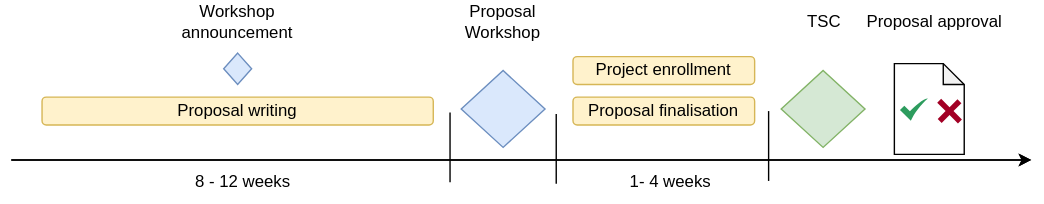
Above: content/modules/compendium/assets/images/asam/proposal_phase_timeline.drawio.svg in asam-ev/asam-project-guide-content (draw.io), before the change. Source tidied: cells renumbered, new cells last; positions are measured from the earlier drawing's top-left corner, leaving out a move shared by most shapes.
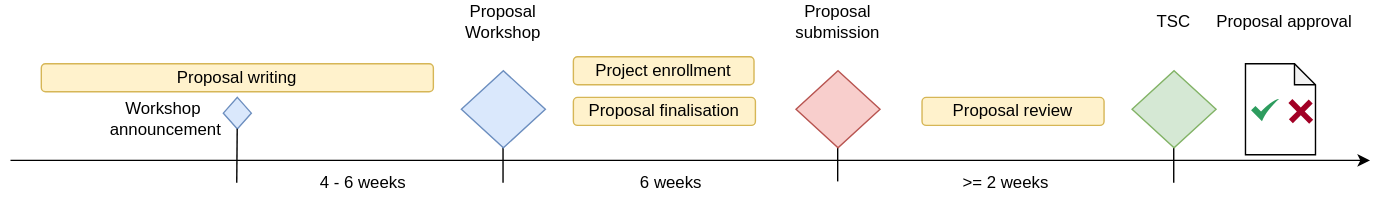
The same file after the commit.

Commit message:
Updated proposal timeline and proposal phase diagram

Diff of the diagram source:
```diff
@@ -2,34 +2,25 @@
   <root>
     <mxCell id="0" />
     <mxCell id="1" parent="0" />
-    <mxCell id="2" style="endArrow=classic;html=1;" parent="1" edge="1">
-      <mxGeometry relative="1" as="geometry">
-        <mxPoint y="114" as="sourcePoint" />
-        <mxPoint x="730" y="114" as="targetPoint" />
-      </mxGeometry>
-    </mxCell>
     <mxCell id="3" value="Proposal writing" style="rounded=1;whiteSpace=wrap;html=1;fillColor=#fff2cc;strokeColor=#d6b656;fontColor=#000000;" parent="1" vertex="1">
-      <mxGeometry x="22" y="69" width="280" height="20" as="geometry" />
+      <mxGeometry x="22" y="45" width="280" height="20" as="geometry" />
     </mxCell>
     <mxCell id="4" style="endArrow=none;html=1;strokeColor=#000000;" parent="1" edge="1">
       <mxGeometry relative="1" as="geometry">
-        <mxPoint x="314" y="130" as="sourcePoint" />
-        <mxPoint x="314" y="80" as="targetPoint" />
+        <mxPoint x="351.8" y="130" as="sourcePoint" />
+        <mxPoint x="351.8" y="80" as="targetPoint" />
       </mxGeometry>
     </mxCell>
-    <mxCell id="5" value="8 - 12 weeks" style="text;html=1;strokeColor=none;fillColor=none;align=center;verticalAlign=middle;whiteSpace=wrap;rounded=0;fontColor=#000000;" parent="1" vertex="1">
-      <mxGeometry x="116" y="115" width="100" height="30" as="geometry" />
-    </mxCell>
     <mxCell id="6" value="Proposal finalisation" style="rounded=1;whiteSpace=wrap;html=1;fillColor=#fff2cc;strokeColor=#d6b656;fontColor=#000000;" parent="1" vertex="1">
       <mxGeometry x="402" y="69" width="130" height="20" as="geometry" />
     </mxCell>
-    <mxCell id="7" value="1- 4 weeks" style="text;html=1;strokeColor=none;fillColor=none;align=center;verticalAlign=middle;whiteSpace=wrap;rounded=0;fontColor=#000000;" parent="1" vertex="1">
+    <mxCell id="7" value="6 weeks" style="text;html=1;strokeColor=none;fillColor=none;align=center;verticalAlign=middle;whiteSpace=wrap;rounded=0;fontColor=#000000;" parent="1" vertex="1">
       <mxGeometry x="422" y="115" width="100" height="30" as="geometry" />
     </mxCell>
     <mxCell id="8" style="endArrow=none;html=1;strokeColor=#000000;" parent="1" edge="1">
       <mxGeometry relative="1" as="geometry">
-        <mxPoint x="542" y="129" as="sourcePoint" />
-        <mxPoint x="542" y="79" as="targetPoint" />
+        <mxPoint x="590.8" y="129" as="sourcePoint" />
+        <mxPoint x="590.8" y="79" as="targetPoint" />
       </mxGeometry>
     </mxCell>
     <mxCell id="9" style="rhombus;whiteSpace=wrap;html=1;fillColor=#dae8fc;strokeColor=#6c8ebf;" parent="1" vertex="1">
@@ -38,47 +29,75 @@
     <mxCell id="10" value="Proposal Workshop" style="text;html=1;strokeColor=none;fillColor=none;align=center;verticalAlign=middle;whiteSpace=wrap;rounded=0;fontColor=#000000;" parent="1" vertex="1">
       <mxGeometry x="302" width="100" height="30" as="geometry" />
     </mxCell>
-    <mxCell id="11" style="rhombus;whiteSpace=wrap;html=1;fillColor=#d5e8d4;strokeColor=#82b366;" parent="1" vertex="1">
-      <mxGeometry x="551" y="50" width="60" height="55" as="geometry" />
-    </mxCell>
     <mxCell id="12" value="TSC" style="text;html=1;strokeColor=none;fillColor=none;align=center;verticalAlign=middle;whiteSpace=wrap;rounded=0;fontColor=#000000;" parent="1" vertex="1">
-      <mxGeometry x="532" width="100" height="30" as="geometry" />
+      <mxGeometry x="781" width="100" height="30" as="geometry" />
     </mxCell>
-    <mxCell id="13" style="endArrow=none;html=1;strokeColor=#000000;" parent="1" edge="1">
-      <mxGeometry relative="1" as="geometry">
-        <mxPoint x="390" y="131" as="sourcePoint" />
-        <mxPoint x="390" y="81" as="targetPoint" />
-      </mxGeometry>
-    </mxCell>
-    <mxCell id="14" style="endArrow=classic;html=1;strokeColor=#000000;" parent="1" edge="1">
-      <mxGeometry relative="1" as="geometry">
-        <mxPoint y="114" as="sourcePoint" />
-        <mxPoint x="730" y="114" as="targetPoint" />
-      </mxGeometry>
-    </mxCell>
+    <mxCell id="16" value="Project enrollment" style="rounded=1;whiteSpace=wrap;html=1;fillColor=#fff2cc;strokeColor=#d6b656;fontColor=#000000;" parent="1" vertex="1">
+      <mxGeometry x="402" y="40" width="129" height="20" as="geometry" />
+    </mxCell>
+    <mxCell id="21" value="Workshop&amp;nbsp;&lt;br&gt;announcement" style="text;html=1;strokeColor=none;fillColor=none;align=center;verticalAlign=middle;whiteSpace=wrap;rounded=0;fontColor=#000000;" parent="1" vertex="1">
+      <mxGeometry x="61" y="69" width="100" height="30" as="geometry" />
+    </mxCell>
+    <mxCell id="22" value="Proposal approval" style="text;html=1;strokeColor=none;fillColor=none;align=center;verticalAlign=middle;whiteSpace=wrap;rounded=0;fontColor=#000000;" parent="1" vertex="1">
+      <mxGeometry x="860" width="100" height="30" as="geometry" />
+    </mxCell>
+    <mxCell id="23" style="group;" parent="1" vertex="1">
+      <mxGeometry x="882" y="45" width="54" height="65" as="geometry" />
+    </mxCell>
-    <mxCell id="15" style="shape=note;whiteSpace=wrap;html=1;backgroundOutline=1;darkOpacity=0.05;fontColor=#000000;size=15;strokeColor=#000000;" parent="1" vertex="1">
-      <mxGeometry x="632" y="45" width="50" height="65" as="geometry" />
+    <mxCell id="15" style="shape=note;whiteSpace=wrap;html=1;backgroundOutline=1;darkOpacity=0.05;fontColor=#000000;size=15;strokeColor=#000000;" parent="23" vertex="1">
+      <mxGeometry width="50" height="65" as="geometry" />
     </mxCell>
-    <mxCell id="16" value="Project enrollment" style="rounded=1;whiteSpace=wrap;html=1;fillColor=#fff2cc;strokeColor=#d6b656;fontColor=#000000;" parent="1" vertex="1">
-      <mxGeometry x="402" y="40" width="130" height="20" as="geometry" />
-    </mxCell>
-    <mxCell id="17" style="sketch=0;html=1;strokeColor=none;shadow=0;align=center;verticalAlign=top;fillColor=#2D9C5E;shape=mxgraph.gcp2.check;fontColor=#000000;" parent="1" vertex="1">
-      <mxGeometry x="636" y="70" width="20" height="16" as="geometry" />
+    <mxCell id="17" style="sketch=0;html=1;strokeColor=none;shadow=0;align=center;verticalAlign=top;fillColor=#2D9C5E;shape=mxgraph.gcp2.check;fontColor=#000000;" parent="23" vertex="1">
+      <mxGeometry x="4" y="25" width="20" height="16" as="geometry" />
     </mxCell>
-    <mxCell id="18" style="shape=cross;whiteSpace=wrap;html=1;fontColor=#ffffff;rotation=45;fillColor=#a20025;strokeColor=none;" parent="1" vertex="1">
-      <mxGeometry x="661" y="69" width="21" height="20" as="geometry" />
+    <mxCell id="18" style="shape=cross;whiteSpace=wrap;html=1;fontColor=#ffffff;rotation=45;fillColor=#a20025;strokeColor=none;" parent="23" vertex="1">
+      <mxGeometry x="29" y="24" width="21" height="20" as="geometry" />
     </mxCell>
-    <mxCell id="19" style="edgeStyle=none;html=1;exitX=0;exitY=0;exitDx=12.5;exitDy=20;exitPerimeter=0;entryX=0.574;entryY=1.034;entryDx=0;entryDy=0;entryPerimeter=0;fontColor=#000000;strokeColor=#000000;" parent="1" edge="1" source="18" target="18">
+    <mxCell id="19" style="edgeStyle=none;html=1;exitX=0;exitY=0;exitDx=12.5;exitDy=20;exitPerimeter=0;entryX=0.574;entryY=1.034;entryDx=0;entryDy=0;entryPerimeter=0;fontColor=#000000;strokeColor=#000000;" parent="23" edge="1" source="18" target="18">
       <mxGeometry relative="1" as="geometry" />
     </mxCell>
+    <mxCell id="24" style="endArrow=classic;html=1;strokeColor=#000000;" parent="1" edge="1">
+      <mxGeometry relative="1" as="geometry">
+        <mxPoint y="114" as="sourcePoint" />
+        <mxPoint x="971" y="114" as="targetPoint" />
+      </mxGeometry>
+    </mxCell>
+    <mxCell id="25" style="endArrow=none;html=1;strokeColor=#000000;" parent="1" edge="1">
+      <mxGeometry relative="1" as="geometry">
+        <mxPoint x="830.8" y="130" as="sourcePoint" />
+        <mxPoint x="830.8" y="80" as="targetPoint" />
+      </mxGeometry>
+    </mxCell>
+    <mxCell id="26" value="Proposal review" style="rounded=1;whiteSpace=wrap;html=1;fillColor=#fff2cc;strokeColor=#d6b656;fontColor=#000000;" parent="1" vertex="1">
+      <mxGeometry x="651" y="69" width="130" height="20" as="geometry" />
+    </mxCell>
+    <mxCell id="27" style="rhombus;whiteSpace=wrap;html=1;fillColor=#f8cecc;strokeColor=#b85450;" parent="1" vertex="1">
+      <mxGeometry x="561" y="50" width="60" height="55" as="geometry" />
+    </mxCell>
+    <mxCell id="28" value="Proposal submission" style="text;html=1;strokeColor=none;fillColor=none;align=center;verticalAlign=middle;whiteSpace=wrap;rounded=0;fontColor=#000000;" parent="1" vertex="1">
+      <mxGeometry x="541" width="100" height="30" as="geometry" />
+    </mxCell>
+    <mxCell id="29" value="&amp;gt;= 2 weeks" style="text;html=1;strokeColor=none;fillColor=none;align=center;verticalAlign=middle;whiteSpace=wrap;rounded=0;fontColor=#000000;" parent="1" vertex="1">
+      <mxGeometry x="661" y="115" width="100" height="30" as="geometry" />
+    </mxCell>
+    <mxCell id="30" value="4 - 6 weeks" style="text;html=1;strokeColor=none;fillColor=none;align=center;verticalAlign=middle;whiteSpace=wrap;rounded=0;fontColor=#000000;" parent="1" vertex="1">
+      <mxGeometry x="202" y="115" width="100" height="30" as="geometry" />
+    </mxCell>
+    <mxCell id="31" style="endArrow=none;html=1;strokeColor=#000000;startArrow=none;" parent="1" edge="1" source="20">
+      <mxGeometry relative="1" as="geometry">
+        <mxPoint x="161.6" y="80" as="targetPoint" />
+      </mxGeometry>
+    </mxCell>
     <mxCell id="20" style="rhombus;whiteSpace=wrap;html=1;fillColor=#dae8fc;strokeColor=#6c8ebf;" parent="1" vertex="1">
-      <mxGeometry x="152" y="37.5" width="20" height="22.5" as="geometry" />
+      <mxGeometry x="152" y="69" width="20" height="22.5" as="geometry" />
     </mxCell>
-    <mxCell id="21" value="Workshop&amp;nbsp;&lt;br&gt;announcement" style="text;html=1;strokeColor=none;fillColor=none;align=center;verticalAlign=middle;whiteSpace=wrap;rounded=0;fontColor=#000000;" parent="1" vertex="1">
-      <mxGeometry x="112" width="100" height="30" as="geometry" />
-    </mxCell>
-    <mxCell id="22" value="Proposal approval" style="text;html=1;strokeColor=none;fillColor=none;align=center;verticalAlign=middle;whiteSpace=wrap;rounded=0;fontColor=#000000;" parent="1" vertex="1">
-      <mxGeometry x="611" width="100" height="30" as="geometry" />
-    </mxCell>
+    <mxCell id="32" style="endArrow=none;html=1;strokeColor=#000000;" parent="1" edge="1" target="20">
+      <mxGeometry relative="1" as="geometry">
+        <mxPoint x="161.6" y="130" as="sourcePoint" />
+      </mxGeometry>
+    </mxCell>
+    <mxCell id="11" style="rhombus;whiteSpace=wrap;html=1;fillColor=#d5e8d4;strokeColor=#82b366;" parent="1" vertex="1">
+      <mxGeometry x="801" y="50" width="60" height="55" as="geometry" />
+    </mxCell>
   </root>
 </mxGraphModel>
```
